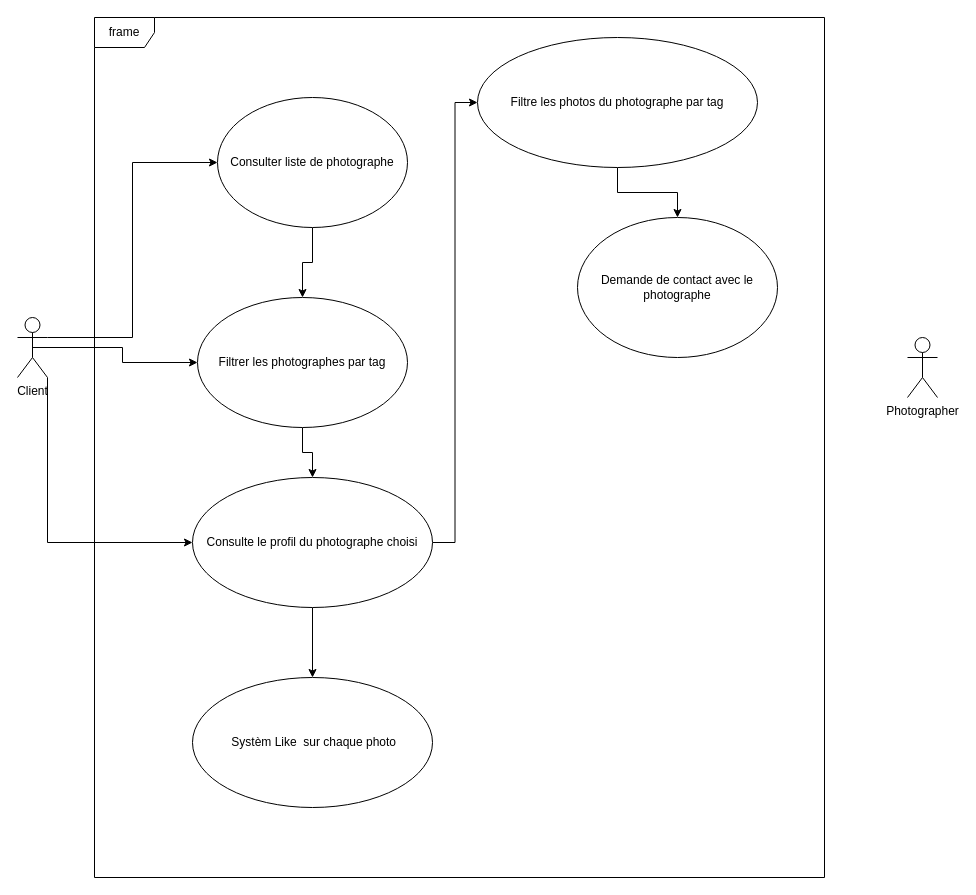
Emmanuel97423/fisheye keeps this draw.io diagram as page "Use cases" (2 of 2) of concept/conception.drawio. Above is the earlier version. Source tidied: cells renumbered, new cells numbered last; positions are measured from the earlier drawing's top-left corner, leaving out a move shared by most shapes. Both pictures are drawn from the tidied source at 100%, with x=0, y=0 at pixel (17, 17).
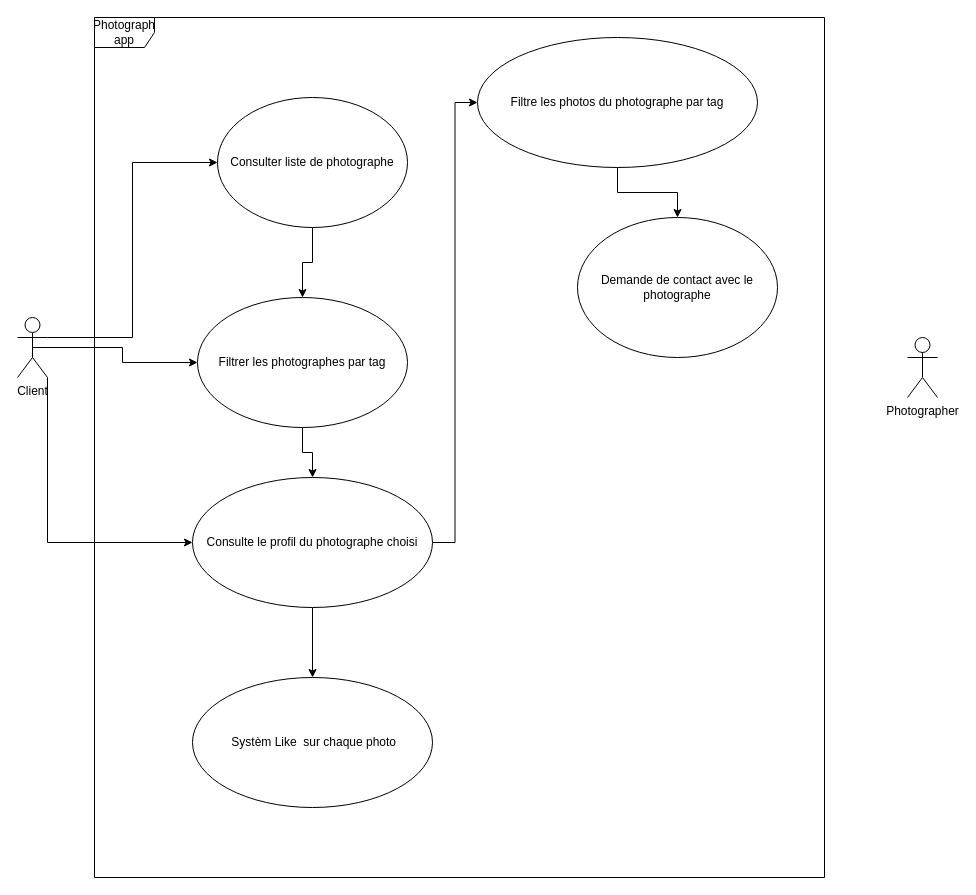
The same diagram, later.

What changed in the source:
```diff
@@
 <mxGraphModel>
   <root>
     <mxCell id="0" />
     <mxCell id="1" parent="0" />
     <mxCell id="2" style="edgeStyle=orthogonalEdgeStyle;rounded=0;jettySize=auto;html=1;exitX=1;exitY=0.3333333333333333;exitDx=0;exitDy=0;exitPerimeter=0;entryX=0;entryY=0.5;entryDx=0;entryDy=0;" parent="1" edge="1" source="5" target="7">
       <mxGeometry relative="1" as="geometry" />
     </mxCell>
     <mxCell id="3" style="edgeStyle=orthogonalEdgeStyle;rounded=0;jettySize=auto;html=1;exitX=0.5;exitY=0.5;exitDx=0;exitDy=0;exitPerimeter=0;" parent="1" edge="1" source="5" target="10">
       <mxGeometry relative="1" as="geometry" />
     </mxCell>
     <mxCell id="4" style="edgeStyle=orthogonalEdgeStyle;rounded=0;jettySize=auto;html=1;exitX=1;exitY=1;exitDx=0;exitDy=0;exitPerimeter=0;entryX=0;entryY=0.5;entryDx=0;entryDy=0;" parent="1" edge="1" source="5" target="13">
       <mxGeometry relative="1" as="geometry" />
     </mxCell>
     <mxCell id="5" value="Client" style="shape=umlActor;verticalLabelPosition=bottom;verticalAlign=top;html=1;" parent="1" vertex="1">
       <mxGeometry y="300" width="30" height="60" as="geometry" />
     </mxCell>
     <mxCell id="6" style="edgeStyle=orthogonalEdgeStyle;rounded=0;jettySize=auto;html=1;exitX=0.5;exitY=1;exitDx=0;exitDy=0;entryX=0.5;entryY=0;entryDx=0;entryDy=0;" parent="1" edge="1" source="7" target="10">
       <mxGeometry relative="1" as="geometry" />
     </mxCell>
     <mxCell id="7" value="Consulter liste de photographe" style="ellipse;whiteSpace=wrap;html=1;" parent="1" vertex="1">
       <mxGeometry x="200" y="80" width="190" height="130" as="geometry" />
     </mxCell>
     <mxCell id="8" value="Photographer" style="shape=umlActor;verticalLabelPosition=bottom;verticalAlign=top;html=1;" parent="1" vertex="1">
       <mxGeometry x="890" y="320" width="30" height="60" as="geometry" />
     </mxCell>
     <mxCell id="9" style="edgeStyle=orthogonalEdgeStyle;rounded=0;jettySize=auto;html=1;exitX=0.5;exitY=1;exitDx=0;exitDy=0;entryX=0.5;entryY=0;entryDx=0;entryDy=0;" parent="1" edge="1" source="10" target="13">
       <mxGeometry relative="1" as="geometry" />
     </mxCell>
     <mxCell id="10" value="Filtrer les photographes par tag" style="ellipse;whiteSpace=wrap;html=1;" parent="1" vertex="1">
       <mxGeometry x="180" y="280" width="210" height="130" as="geometry" />
     </mxCell>
     <mxCell id="11" style="edgeStyle=orthogonalEdgeStyle;rounded=0;jettySize=auto;html=1;exitX=1;exitY=0.5;exitDx=0;exitDy=0;entryX=0;entryY=0.5;entryDx=0;entryDy=0;" parent="1" edge="1" source="13" target="15">
       <mxGeometry relative="1" as="geometry" />
     </mxCell>
     <mxCell id="12" style="edgeStyle=orthogonalEdgeStyle;rounded=0;jettySize=auto;html=1;exitX=0.5;exitY=1;exitDx=0;exitDy=0;entryX=0.5;entryY=0;entryDx=0;entryDy=0;" parent="1" edge="1" source="13" target="17">
       <mxGeometry relative="1" as="geometry" />
     </mxCell>
     <mxCell id="13" value="Consulte le profil du photographe choisi" style="ellipse;whiteSpace=wrap;html=1;" parent="1" vertex="1">
       <mxGeometry x="175" y="460" width="240" height="130" as="geometry" />
     </mxCell>
     <mxCell id="14" style="edgeStyle=orthogonalEdgeStyle;rounded=0;jettySize=auto;html=1;exitX=0.5;exitY=1;exitDx=0;exitDy=0;entryX=0.5;entryY=0;entryDx=0;entryDy=0;" parent="1" edge="1" source="15" target="16">
       <mxGeometry relative="1" as="geometry" />
     </mxCell>
     <mxCell id="15" value="Filtre les photos du photographe par tag" style="ellipse;whiteSpace=wrap;html=1;" parent="1" vertex="1">
       <mxGeometry x="460" y="20" width="280" height="130" as="geometry" />
     </mxCell>
     <mxCell id="16" value="Demande de contact avec le photographe" style="ellipse;whiteSpace=wrap;html=1;" parent="1" vertex="1">
       <mxGeometry x="560" y="200" width="200" height="140" as="geometry" />
     </mxCell>
     <mxCell id="17" value="&amp;nbsp;Systèm Like&amp;nbsp; sur chaque photo" style="ellipse;whiteSpace=wrap;html=1;" parent="1" vertex="1">
       <mxGeometry x="175" y="660" width="240" height="130" as="geometry" />
     </mxCell>
-    <mxCell id="18" value="frame" style="shape=umlFrame;whiteSpace=wrap;html=1;" parent="1" vertex="1">
+    <mxCell id="18" value="Photograph app" style="shape=umlFrame;whiteSpace=wrap;html=1;" parent="1" vertex="1">
       <mxGeometry x="77" width="730" height="860" as="geometry" />
     </mxCell>
   </root>
 </mxGraphModel>
```
